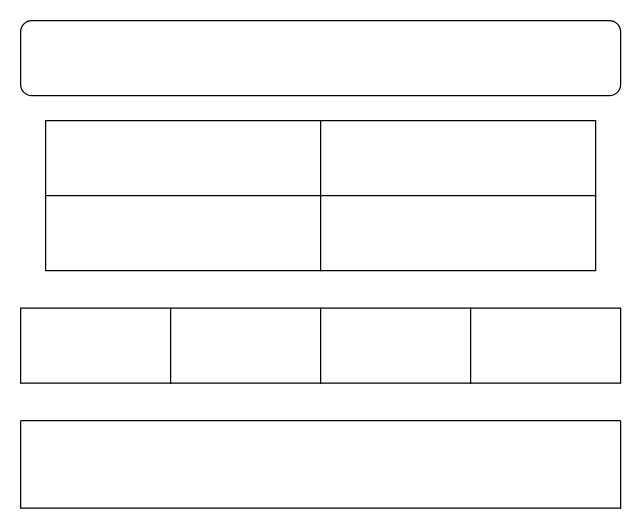
Before: design_dashboard.drawio in Paulo-AsR/dash_consorcio, a draw.io diagram. Source tidied: cells renumbered, new cells numbered last; positions are measured from the earlier drawing's top-left corner, leaving out a move shared by most shapes. Both pictures are drawn from the tidied source at 125%, with x=0, y=0 at pixel (20, 20).
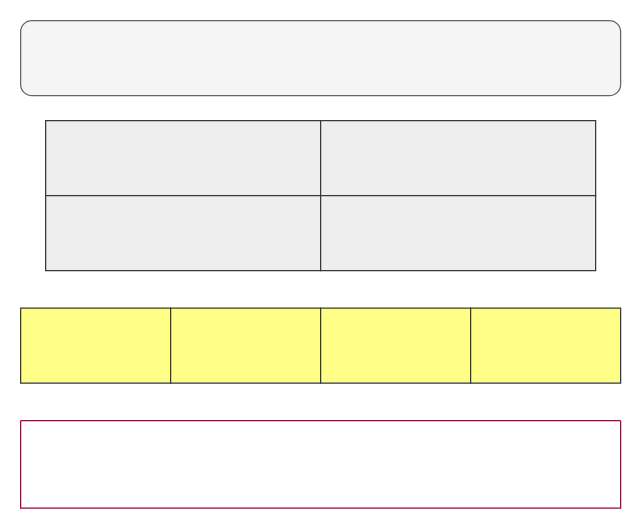
Above is the later version.

Commit message:
1 versao do design do dashboard

What changed in the source:
```diff
@@
 <mxGraphModel>
   <root>
     <mxCell id="0" />
     <mxCell id="1" parent="0" />
-    <mxCell id="2" style="rounded=0;whiteSpace=wrap;html=1;" parent="1" vertex="1">
+    <mxCell id="2" style="rounded=0;whiteSpace=wrap;html=1;fillColor=#eeeeee;strokeColor=#36393d;" parent="1" vertex="1">
       <mxGeometry x="20" y="80" width="220" height="60" as="geometry" />
     </mxCell>
-    <mxCell id="3" style="rounded=0;whiteSpace=wrap;html=1;" parent="1" vertex="1">
+    <mxCell id="3" style="rounded=0;whiteSpace=wrap;html=1;fillColor=#eeeeee;strokeColor=#36393d;" parent="1" vertex="1">
       <mxGeometry x="240" y="80" width="220" height="60" as="geometry" />
     </mxCell>
-    <mxCell id="4" style="rounded=0;whiteSpace=wrap;html=1;" parent="1" vertex="1">
+    <mxCell id="4" style="rounded=0;whiteSpace=wrap;html=1;fillColor=#eeeeee;strokeColor=#36393d;" parent="1" vertex="1">
       <mxGeometry x="20" y="140" width="220" height="60" as="geometry" />
     </mxCell>
-    <mxCell id="5" style="rounded=0;whiteSpace=wrap;html=1;" parent="1" vertex="1">
+    <mxCell id="5" style="rounded=0;whiteSpace=wrap;html=1;fillColor=#eeeeee;strokeColor=#36393d;" parent="1" vertex="1">
       <mxGeometry x="240" y="140" width="220" height="60" as="geometry" />
     </mxCell>
-    <mxCell id="6" style="rounded=1;whiteSpace=wrap;html=1;" parent="1" vertex="1">
+    <mxCell id="6" style="rounded=1;whiteSpace=wrap;html=1;fillColor=#f5f5f5;fontColor=#333333;strokeColor=#666666;" parent="1" vertex="1">
       <mxGeometry width="480" height="60" as="geometry" />
     </mxCell>
-    <mxCell id="7" style="swimlane;startSize=0;" parent="1" vertex="1">
+    <mxCell id="7" style="swimlane;startSize=0;fillColor=#d80073;fontColor=#ffffff;strokeColor=#A50040;" parent="1" vertex="1">
       <mxGeometry y="320" width="480" height="70" as="geometry" />
     </mxCell>
-    <mxCell id="8" style="rounded=0;whiteSpace=wrap;html=1;" parent="1" vertex="1">
+    <mxCell id="8" style="rounded=0;whiteSpace=wrap;html=1;fillColor=#ffff88;strokeColor=#36393d;" parent="1" vertex="1">
       <mxGeometry y="230" width="120" height="60" as="geometry" />
     </mxCell>
-    <mxCell id="9" style="rounded=0;whiteSpace=wrap;html=1;" parent="1" vertex="1">
+    <mxCell id="9" style="rounded=0;whiteSpace=wrap;html=1;fillColor=#ffff88;strokeColor=#36393d;" parent="1" vertex="1">
       <mxGeometry x="120" y="230" width="120" height="60" as="geometry" />
     </mxCell>
-    <mxCell id="10" style="rounded=0;whiteSpace=wrap;html=1;" parent="1" vertex="1">
+    <mxCell id="10" style="rounded=0;whiteSpace=wrap;html=1;fillColor=#ffff88;strokeColor=#36393d;" parent="1" vertex="1">
       <mxGeometry x="240" y="230" width="120" height="60" as="geometry" />
     </mxCell>
-    <mxCell id="11" style="rounded=0;whiteSpace=wrap;html=1;" parent="1" vertex="1">
+    <mxCell id="11" style="rounded=0;whiteSpace=wrap;html=1;fillColor=#ffff88;strokeColor=#36393d;" parent="1" vertex="1">
       <mxGeometry x="360" y="230" width="120" height="60" as="geometry" />
     </mxCell>
   </root>
 </mxGraphModel>
```
